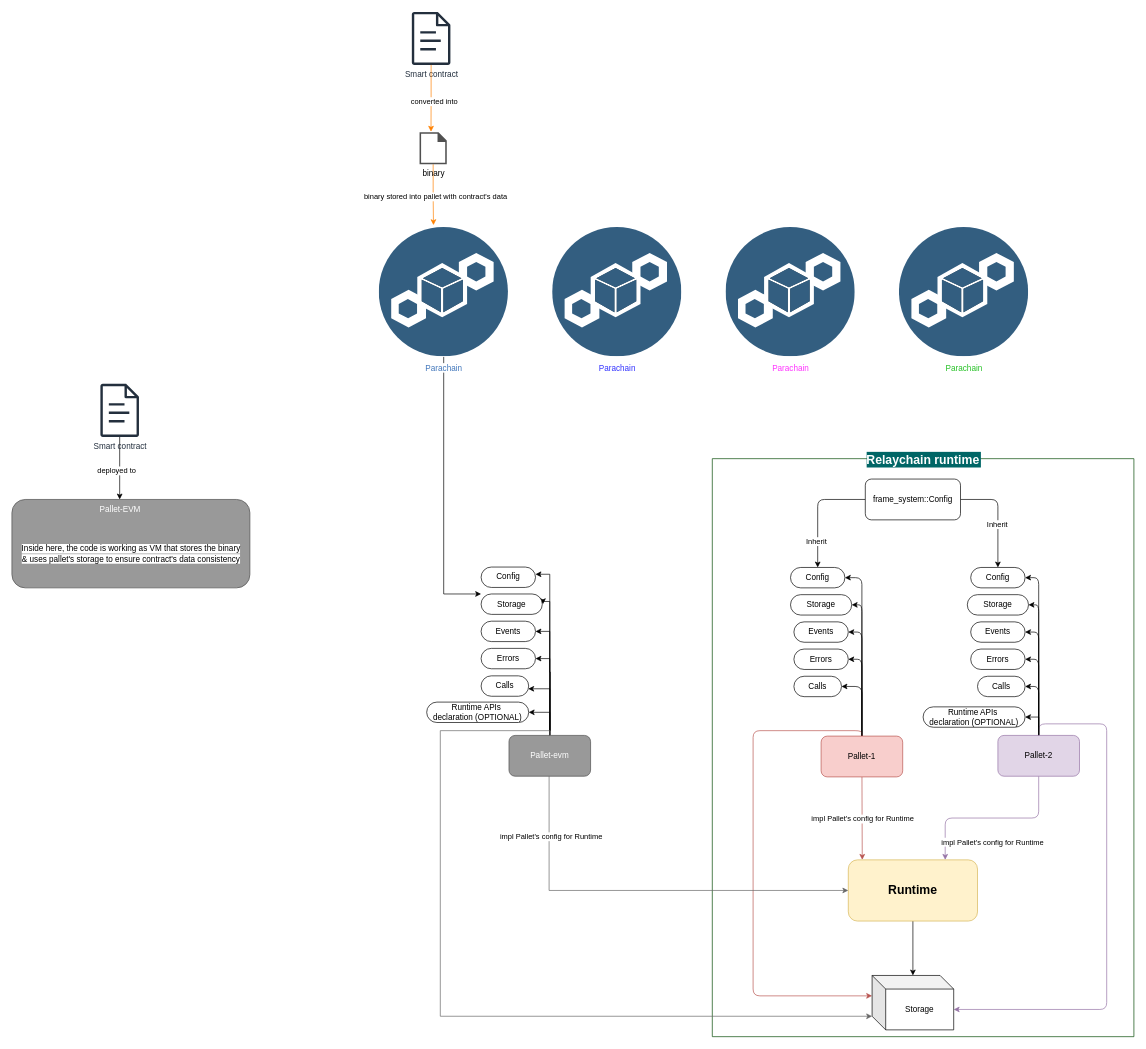
Before: page "Runtime Arch" (2 of 7) of img/substrate_learning.drawio in abhi3700/My_Learning_Substrate, a draw.io diagram. Source tidied: cells renumbered, new cells numbered last; positions are measured from the earlier drawing's top-left corner, leaving out a move shared by most shapes. Both pictures are drawn from the tidied source at 68%, with x=0, y=0 at pixel (12, 12).
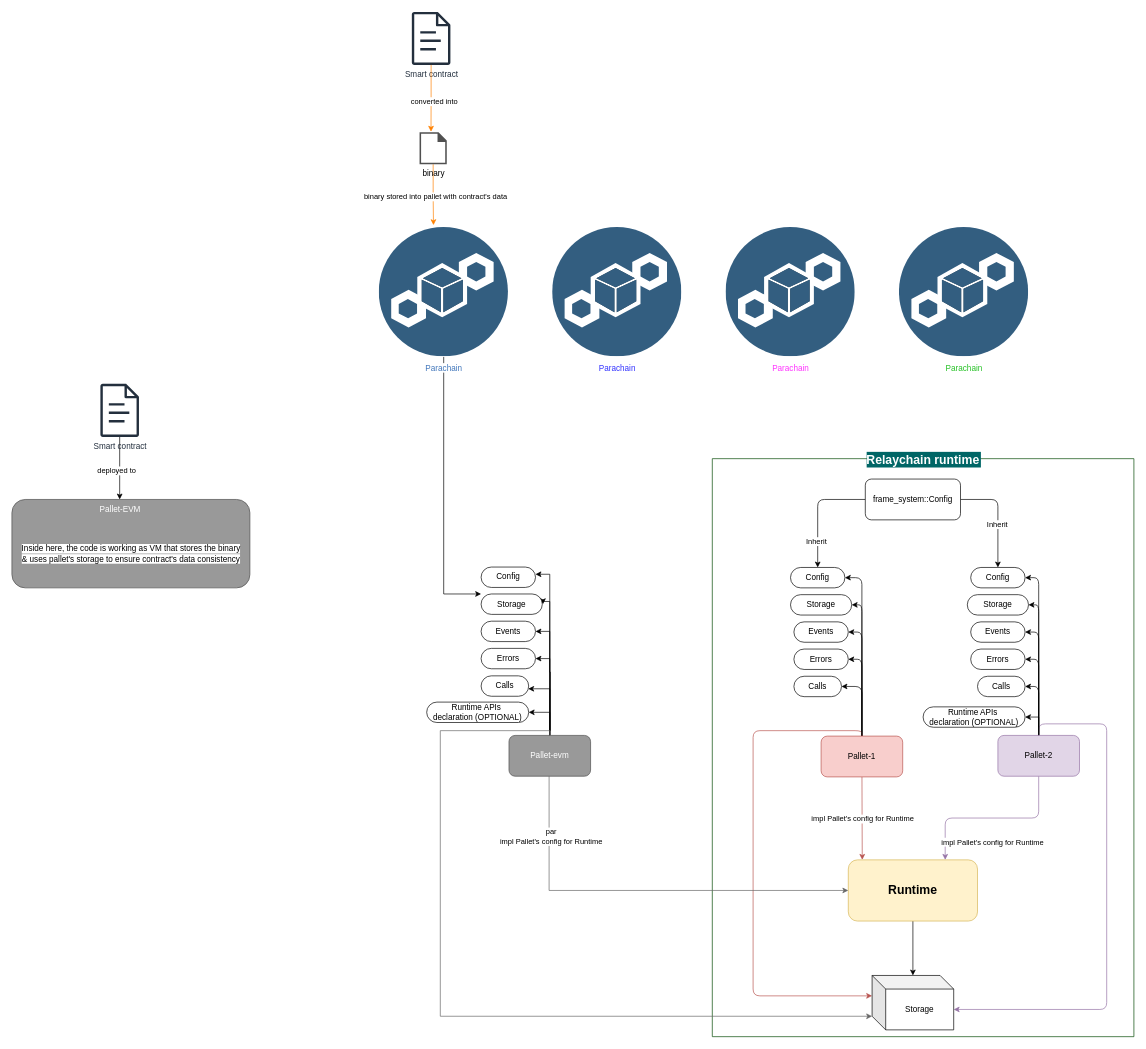
After the change.

Unchanged cells that the change refers to:
```xml
<mxCell id="46" style="edgeStyle=orthogonalEdgeStyle;rounded=0;jettySize=auto;html=1;entryX=0;entryY=0.5;entryDx=0;entryDy=0;fillColor=#f5f5f5;strokeColor=#666666;" parent="1" edge="1" source="54" target="13">
  <mxGeometry relative="1" as="geometry">
    <Array as="points">
      <mxPoint x="790" y="1292" />
    </Array>
  </mxGeometry>
</mxCell>
```

What changed in the source:
```diff
@@
-    <mxCell id="47" value="impl Pallet's config for Runtime" style="edgeLabel;html=1;align=center;verticalAlign=middle;" parent="46" vertex="1">
+    <mxCell id="47" value="&lt;div&gt;par&lt;/div&gt;impl Pallet's config for Runtime" style="edgeLabel;html=1;align=center;verticalAlign=middle;" parent="46" vertex="1">
       <mxGeometry x="-0.71" y="2" relative="1" as="geometry" />
     </mxCell>
```
